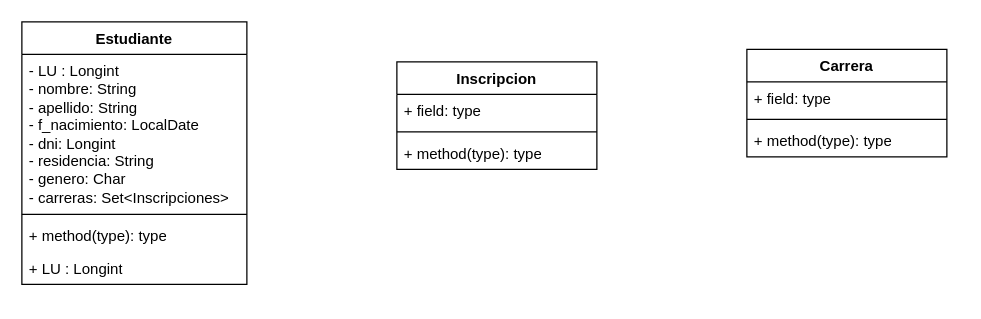
The draw.io diagram Diagrama-de-Clases.drawio in TomasRedolatti/disenio-de-software, before the edit. Source tidied: cells renumbered, new cells numbered last; positions are measured from the earlier drawing's top-left corner, leaving out a move shared by most shapes. Both pictures are drawn from the tidied source at 125%, with x=0, y=0 at pixel (21, 21).
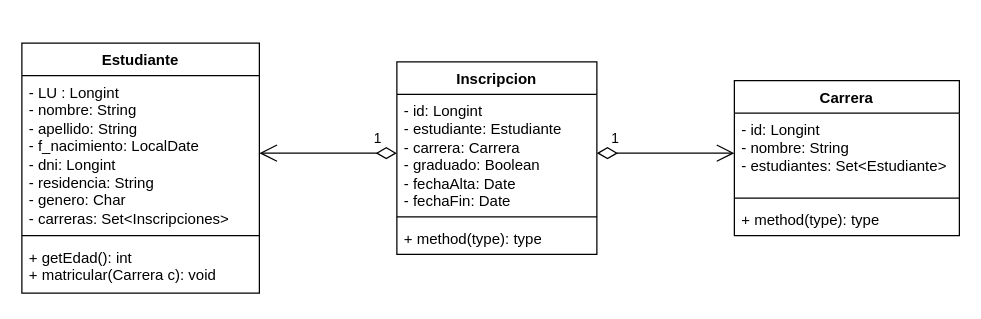
The same page after the edit.

Commit message (it also covers changes not shown here):
diagrama de clases y cambio de list por set

Diff of the diagram source:
```diff
@@
 <mxGraphModel>
   <root>
     <mxCell id="0" />
     <mxCell id="1" parent="0" />
     <mxCell id="2" value="Estudiante" style="swimlane;fontStyle=1;align=center;verticalAlign=top;horizontal=1;startSize=26;whiteSpace=wrap;html=1;" parent="1" vertex="1">
-      <mxGeometry width="180" height="210" as="geometry" />
+      <mxGeometry y="17" width="190" height="200" as="geometry" />
     </mxCell>
     <mxCell id="3" value="- LU : Longint&lt;div&gt;- nombre: String&lt;/div&gt;&lt;div&gt;- apellido: String&lt;/div&gt;&lt;div&gt;- f_nacimiento: LocalDate&lt;/div&gt;&lt;div&gt;- dni: Longint&lt;/div&gt;&lt;div&gt;- residencia: String&lt;/div&gt;&lt;div&gt;- genero: Char&lt;/div&gt;&lt;div&gt;- carreras: Set&amp;lt;Inscripciones&amp;gt;&lt;/div&gt;" style="text;strokeColor=none;fillColor=none;align=left;verticalAlign=top;spacingLeft=4;spacingRight=4;overflow=hidden;points=[[0,0.5],[1,0.5]];portConstraint=eastwest;whiteSpace=wrap;html=1;" parent="2" vertex="1">
-      <mxGeometry y="26" width="180" height="124" as="geometry" />
+      <mxGeometry y="26" width="190" height="124" as="geometry" />
     </mxCell>
     <mxCell id="4" style="line;strokeWidth=1;fillColor=none;align=left;verticalAlign=middle;spacingTop=-1;spacingLeft=3;spacingRight=3;labelPosition=right;strokeColor=inherit;" parent="2" vertex="1">
-      <mxGeometry y="150" width="180" height="8" as="geometry" />
+      <mxGeometry y="150" width="190" height="8" as="geometry" />
     </mxCell>
-    <mxCell id="5" value="+ method(type): type" style="text;strokeColor=none;fillColor=none;align=left;verticalAlign=top;spacingLeft=4;spacingRight=4;overflow=hidden;whiteSpace=wrap;html=1;" parent="2" vertex="1">
-      <mxGeometry y="158" width="180" height="26" as="geometry" />
-    </mxCell>
-    <mxCell id="6" value="+ LU : Longint" style="text;strokeColor=none;fillColor=none;align=left;verticalAlign=top;spacingLeft=4;spacingRight=4;overflow=hidden;whiteSpace=wrap;html=1;" parent="2" vertex="1">
-      <mxGeometry y="184" width="180" height="26" as="geometry" />
+    <mxCell id="6" value="+ getEdad(): int&lt;div&gt;+ matricular(Carrera c): void&lt;/div&gt;" style="text;strokeColor=none;fillColor=none;align=left;verticalAlign=top;spacingLeft=4;spacingRight=4;overflow=hidden;whiteSpace=wrap;html=1;" parent="2" vertex="1">
+      <mxGeometry y="158" width="190" height="42" as="geometry" />
     </mxCell>
     <mxCell id="7" value="Carrera" style="swimlane;fontStyle=1;align=center;verticalAlign=top;horizontal=1;startSize=26;whiteSpace=wrap;html=1;" parent="1" vertex="1">
-      <mxGeometry x="580" y="22" width="160" height="86" as="geometry" />
+      <mxGeometry x="570" y="47" width="180" height="124" as="geometry" />
     </mxCell>
-    <mxCell id="8" value="+ field: type" style="text;strokeColor=none;fillColor=none;align=left;verticalAlign=top;spacingLeft=4;spacingRight=4;overflow=hidden;points=[[0,0.5],[1,0.5]];portConstraint=eastwest;whiteSpace=wrap;html=1;" parent="7" vertex="1">
-      <mxGeometry y="26" width="160" height="26" as="geometry" />
+    <mxCell id="8" value="- id: Longint&lt;div&gt;- nombre: String&lt;/div&gt;&lt;div&gt;- estudiantes: Set&amp;lt;Estudiante&amp;gt;&lt;/div&gt;" style="text;strokeColor=none;fillColor=none;align=left;verticalAlign=top;spacingLeft=4;spacingRight=4;overflow=hidden;points=[[0,0.5],[1,0.5]];portConstraint=eastwest;whiteSpace=wrap;html=1;" parent="7" vertex="1">
+      <mxGeometry y="26" width="180" height="64" as="geometry" />
     </mxCell>
     <mxCell id="9" style="line;strokeWidth=1;fillColor=none;align=left;verticalAlign=middle;spacingTop=-1;spacingLeft=3;spacingRight=3;labelPosition=right;strokeColor=inherit;" parent="7" vertex="1">
-      <mxGeometry y="52" width="160" height="8" as="geometry" />
+      <mxGeometry y="90" width="180" height="8" as="geometry" />
     </mxCell>
     <mxCell id="10" value="+ method(type): type" style="text;strokeColor=none;fillColor=none;align=left;verticalAlign=top;spacingLeft=4;spacingRight=4;overflow=hidden;whiteSpace=wrap;html=1;" parent="7" vertex="1">
-      <mxGeometry y="60" width="160" height="26" as="geometry" />
+      <mxGeometry y="98" width="180" height="26" as="geometry" />
     </mxCell>
     <mxCell id="11" value="Inscripcion" style="swimlane;fontStyle=1;align=center;verticalAlign=top;horizontal=1;startSize=26;whiteSpace=wrap;html=1;" parent="1" vertex="1">
-      <mxGeometry x="300" y="32" width="160" height="86" as="geometry" />
+      <mxGeometry x="300" y="32" width="160" height="154" as="geometry" />
     </mxCell>
-    <mxCell id="12" value="+ field: type" style="text;strokeColor=none;fillColor=none;align=left;verticalAlign=top;spacingLeft=4;spacingRight=4;overflow=hidden;points=[[0,0.5],[1,0.5]];portConstraint=eastwest;whiteSpace=wrap;html=1;" parent="11" vertex="1">
-      <mxGeometry y="26" width="160" height="26" as="geometry" />
+    <mxCell id="12" value="- id: Longint&lt;div&gt;- estudiante: Estudiante&lt;/div&gt;&lt;div&gt;- carrera: Carrera&lt;/div&gt;&lt;div&gt;- graduado: Boolean&lt;/div&gt;&lt;div&gt;- fechaAlta: Date&lt;/div&gt;&lt;div&gt;- fechaFin: Date&lt;/div&gt;" style="text;strokeColor=none;fillColor=none;align=left;verticalAlign=top;spacingLeft=4;spacingRight=4;overflow=hidden;points=[[0,0.5],[1,0.5]];portConstraint=eastwest;whiteSpace=wrap;html=1;" parent="11" vertex="1">
+      <mxGeometry y="26" width="160" height="94" as="geometry" />
     </mxCell>
     <mxCell id="13" style="line;strokeWidth=1;fillColor=none;align=left;verticalAlign=middle;spacingTop=-1;spacingLeft=3;spacingRight=3;labelPosition=right;strokeColor=inherit;" parent="11" vertex="1">
-      <mxGeometry y="52" width="160" height="8" as="geometry" />
+      <mxGeometry y="120" width="160" height="8" as="geometry" />
     </mxCell>
     <mxCell id="14" value="+ method(type): type" style="text;strokeColor=none;fillColor=none;align=left;verticalAlign=top;spacingLeft=4;spacingRight=4;overflow=hidden;whiteSpace=wrap;html=1;" parent="11" vertex="1">
-      <mxGeometry y="60" width="160" height="26" as="geometry" />
+      <mxGeometry y="128" width="160" height="26" as="geometry" />
     </mxCell>
+    <mxCell id="15" value="1" style="endArrow=open;html=1;endSize=12;startArrow=diamondThin;startSize=14;startFill=0;align=left;verticalAlign=bottom;rounded=0;exitX=1;exitY=0.5;exitDx=0;exitDy=0;entryX=0;entryY=0.5;entryDx=0;entryDy=0;" parent="1" edge="1" source="12" target="8">
+      <mxGeometry x="-0.82" y="3" relative="1" as="geometry" />
+    </mxCell>
+    <mxCell id="16" value="1" style="endArrow=open;html=1;endSize=12;startArrow=diamondThin;startSize=14;startFill=0;align=left;verticalAlign=bottom;rounded=0;exitX=0;exitY=0.5;exitDx=0;exitDy=0;entryX=1;entryY=0.5;entryDx=0;entryDy=0;" parent="1" edge="1" source="12" target="3">
+      <mxGeometry x="-0.64" y="-3" relative="1" as="geometry" />
+    </mxCell>
   </root>
 </mxGraphModel>
```
